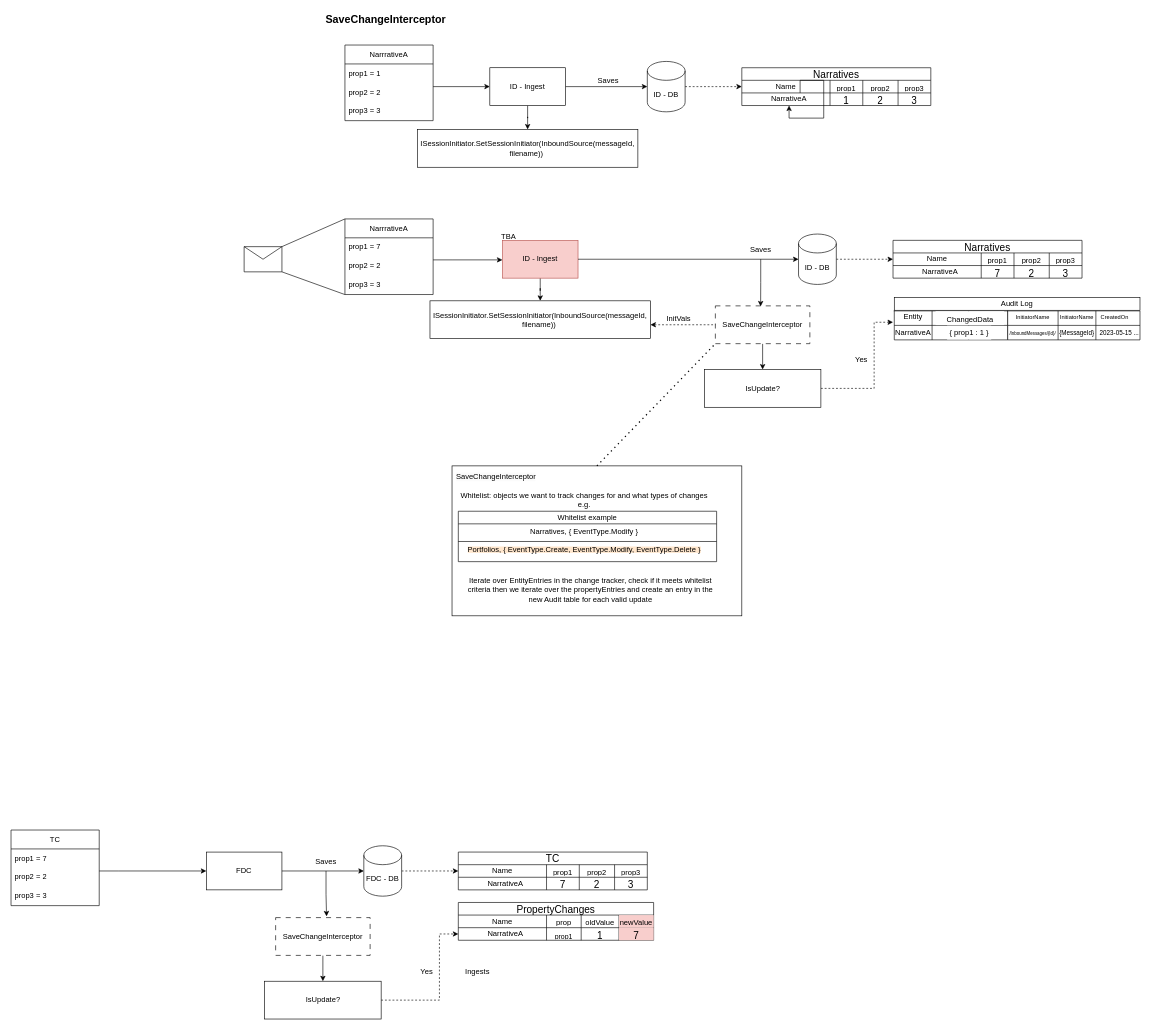
The draw.io diagram page "Page-1" (1 of 2) of Audit.drawio in jfaghy/drawings, before the edit. Source tidied: cells renumbered, new cells numbered last; positions are measured from the earlier drawing's top-left corner, leaving out a move shared by most shapes. Both pictures are drawn from the tidied source at 63%, with x=0, y=0 at pixel (11, 11).
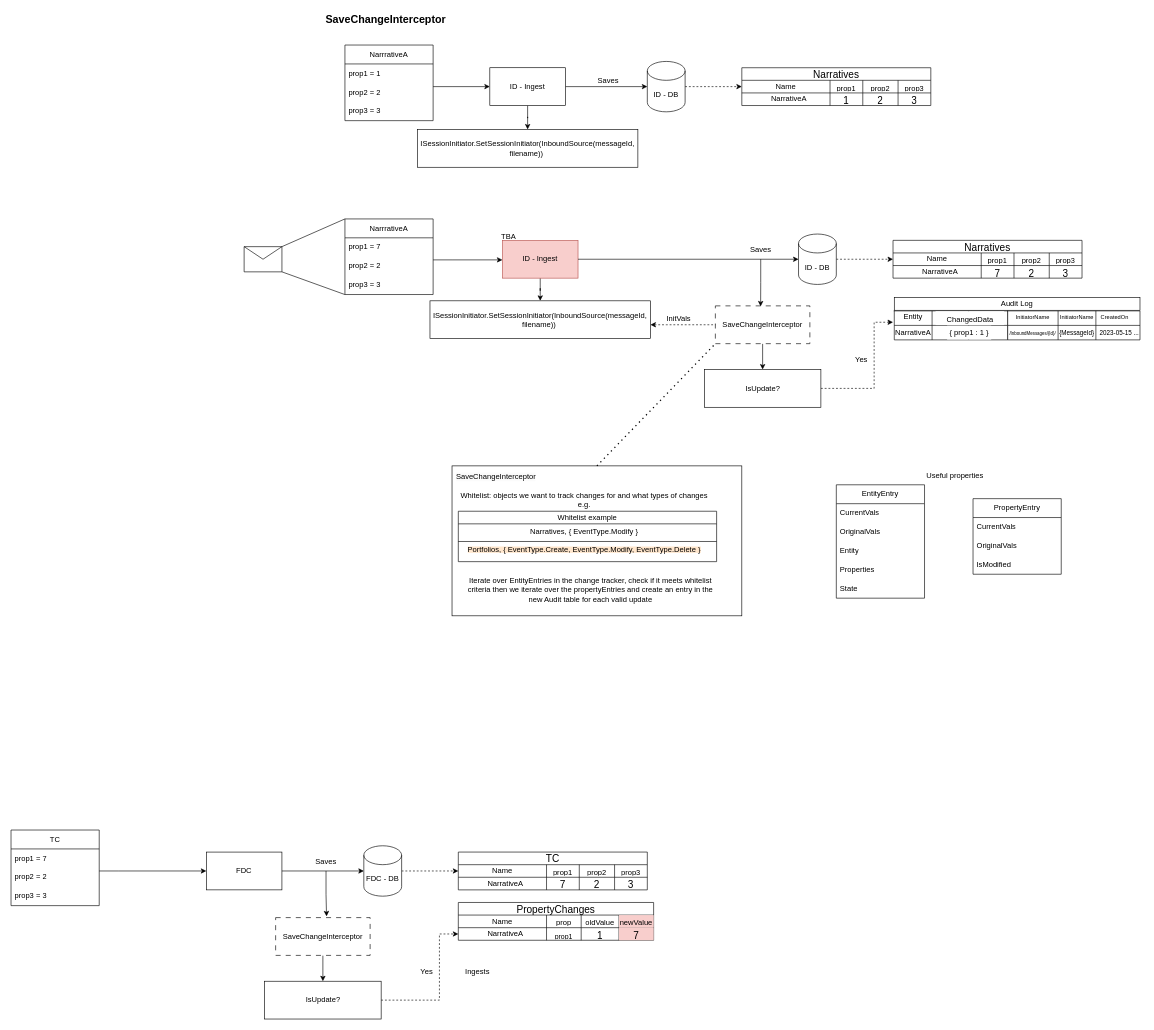
Above is the later version.

Unchanged cells that the change refers to:
```xml
<mxCell id="26" value="NarrativeA" style="text;html=1;strokeColor=none;fillColor=none;align=center;verticalAlign=middle;whiteSpace=wrap;rounded=0;" parent="1" vertex="1">
  <mxGeometry x="1200" y="130" width="70" height="20" as="geometry" />
</mxCell>
```

The edit, as a diff of the source:
```diff
@@
-    <mxCell id="135" style="edgeStyle=orthogonalEdgeStyle;rounded=0;orthogonalLoop=1;jettySize=auto;html=1;exitX=0.75;exitY=0;exitDx=0;exitDy=0;" parent="1" edge="1" source="26" target="26">
-      <mxGeometry relative="1" as="geometry" />
-    </mxCell>
@@
+    <mxCell id="138" value="EntityEntry" style="swimlane;fontStyle=0;horizontal=1;startSize=30;whiteSpace=wrap;html=1;" parent="1" vertex="1">
+      <mxGeometry x="1310" y="752" width="140" height="180" as="geometry" />
+    </mxCell>
+    <mxCell id="139" value="CurrentVals" style="text;strokeColor=none;fillColor=none;align=left;verticalAlign=middle;spacingLeft=4;spacingRight=4;overflow=hidden;whiteSpace=wrap;html=1;" parent="138" vertex="1">
+      <mxGeometry y="30" width="140" height="30" as="geometry" />
+    </mxCell>
+    <mxCell id="140" value="OriginalVals" style="text;strokeColor=none;fillColor=none;align=left;verticalAlign=middle;spacingLeft=4;spacingRight=4;overflow=hidden;whiteSpace=wrap;html=1;" parent="138" vertex="1">
+      <mxGeometry y="60" width="140" height="30" as="geometry" />
+    </mxCell>
+    <mxCell id="141" value="Entity" style="text;strokeColor=none;fillColor=none;align=left;verticalAlign=middle;spacingLeft=4;spacingRight=4;overflow=hidden;whiteSpace=wrap;html=1;" parent="138" vertex="1">
+      <mxGeometry y="90" width="140" height="30" as="geometry" />
+    </mxCell>
+    <mxCell id="142" value="Properties" style="text;strokeColor=none;fillColor=none;align=left;verticalAlign=middle;spacingLeft=4;spacingRight=4;overflow=hidden;whiteSpace=wrap;html=1;" parent="138" vertex="1">
+      <mxGeometry y="120" width="140" height="30" as="geometry" />
+    </mxCell>
+    <mxCell id="143" value="State" style="text;strokeColor=none;fillColor=none;align=left;verticalAlign=middle;spacingLeft=4;spacingRight=4;overflow=hidden;whiteSpace=wrap;html=1;" parent="138" vertex="1">
+      <mxGeometry y="150" width="140" height="30" as="geometry" />
+    </mxCell>
+    <mxCell id="144" value="PropertyEntry" style="swimlane;fontStyle=0;horizontal=1;startSize=30;whiteSpace=wrap;html=1;" parent="1" vertex="1">
+      <mxGeometry x="1527" y="774" width="140" height="120" as="geometry" />
+    </mxCell>
+    <mxCell id="145" value="CurrentVals" style="text;strokeColor=none;fillColor=none;align=left;verticalAlign=middle;spacingLeft=4;spacingRight=4;overflow=hidden;whiteSpace=wrap;html=1;" parent="144" vertex="1">
+      <mxGeometry y="30" width="140" height="30" as="geometry" />
+    </mxCell>
+    <mxCell id="146" value="OriginalVals" style="text;strokeColor=none;fillColor=none;align=left;verticalAlign=middle;spacingLeft=4;spacingRight=4;overflow=hidden;whiteSpace=wrap;html=1;" parent="144" vertex="1">
+      <mxGeometry y="60" width="140" height="30" as="geometry" />
+    </mxCell>
+    <mxCell id="147" value="IsModified" style="text;strokeColor=none;fillColor=none;align=left;verticalAlign=middle;spacingLeft=4;spacingRight=4;overflow=hidden;whiteSpace=wrap;html=1;" parent="144" vertex="1">
+      <mxGeometry y="90" width="140" height="30" as="geometry" />
+    </mxCell>
+    <mxCell id="148" value="Useful properties" style="text;html=1;strokeColor=none;fillColor=none;align=center;verticalAlign=middle;whiteSpace=wrap;rounded=0;" parent="1" vertex="1">
+      <mxGeometry x="1440.8" y="722" width="115" height="30" as="geometry" />
+    </mxCell>
```
